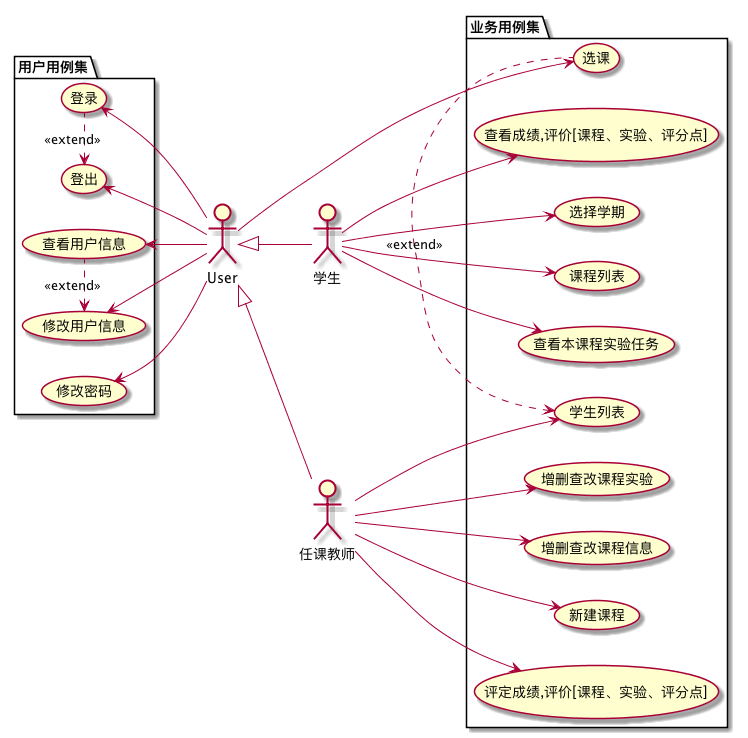
Earlier version of the PlantUML export out/test6/用例图/用例图.png (Landy7/is_analysis).
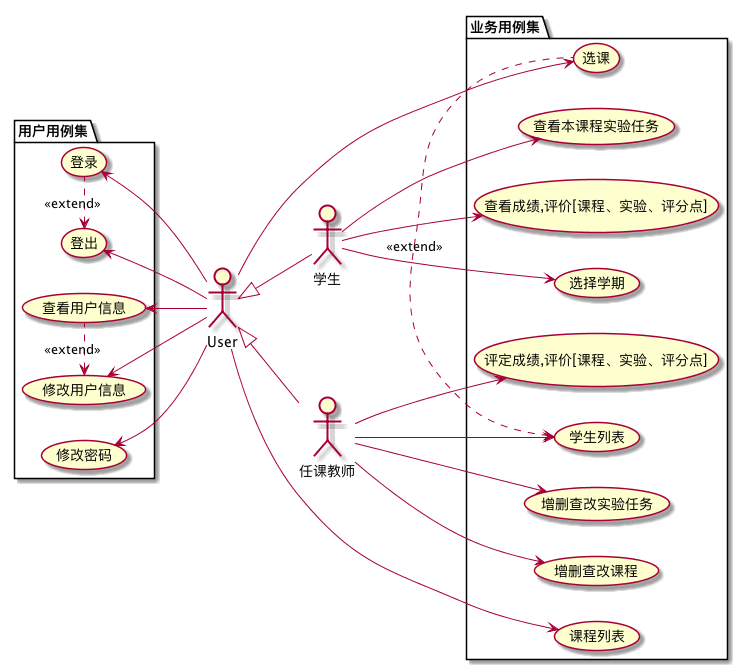
The same diagram one commit later.

The edit, as a diff of the source:
```diff
@@ -21,22 +21,20 @@
     (选课) as singCourse
     (课程列表) as getClassList
     (学生列表) as GetStudents
-    (增删查改课程实验) as CourseTask
-    (增删查改课程信息) as Course
-    (新建课程) as addCourse
+    (增删查改实验任务) as CourseTask
+    (增删查改课程) as Course
     (查看本课程实验任务) as showCourseAssign
     (查看成绩,评价[课程、实验、评分点]) as Score
     (评定成绩,评价[课程、实验、评分点]) as ScoreAssess
     (选择学期) as semester
     student --> showCourseAssign
     student --> Score
-    student --> getClassList
     student --> semester
     User --> singCourse
+    User --> getClassList
     teacher --> GetStudents
     teacher --> CourseTask
     teacher --> Course
-    teacher --> addCourse
     teacher --> ScoreAssess
     singCourse -left.> GetStudents:<<extend>>
 }
```
